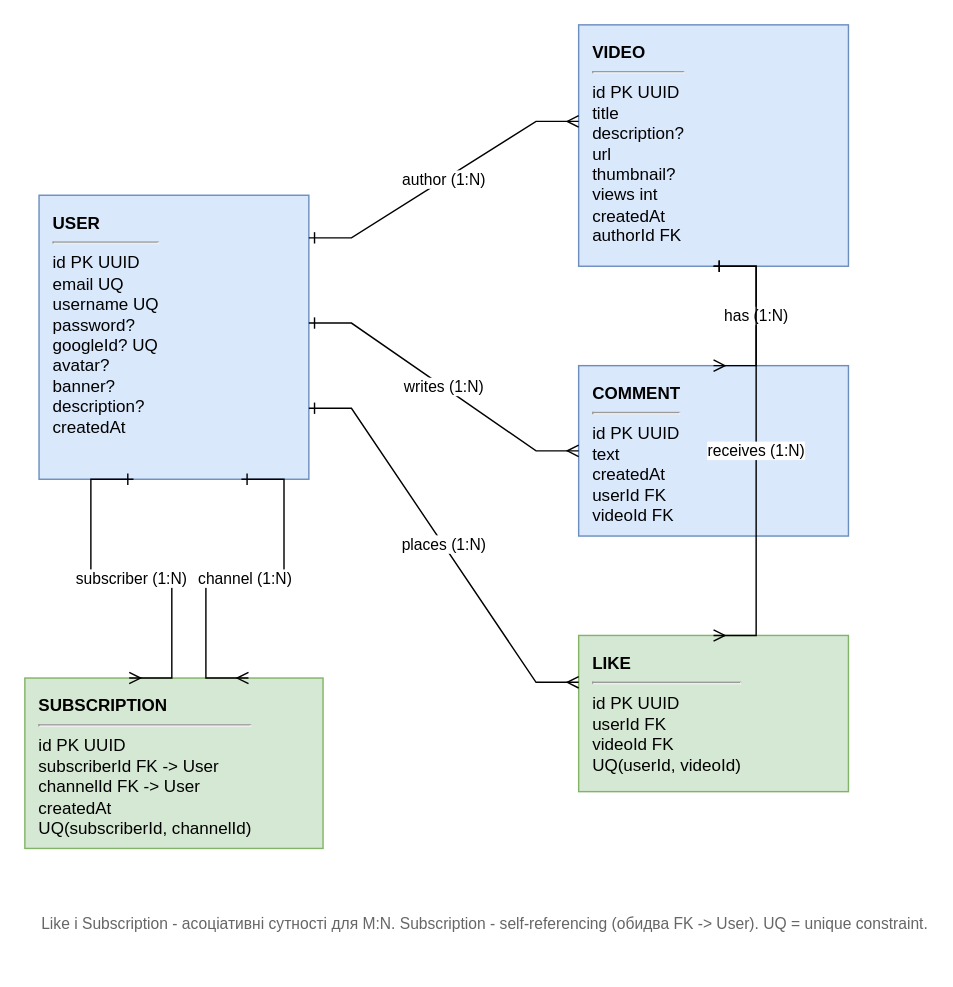
Earlier version of the draw.io diagram Labs/lab1-er/model/er.drawio (ezpectus/kpi2__Mavpz-Labs). Source tidied: cells renumbered, new cells numbered last; positions are measured from the earlier drawing's top-left corner, leaving out a move shared by most shapes. Both pictures are drawn from the tidied source at 142%, with x=0, y=0 at pixel (24, 24).
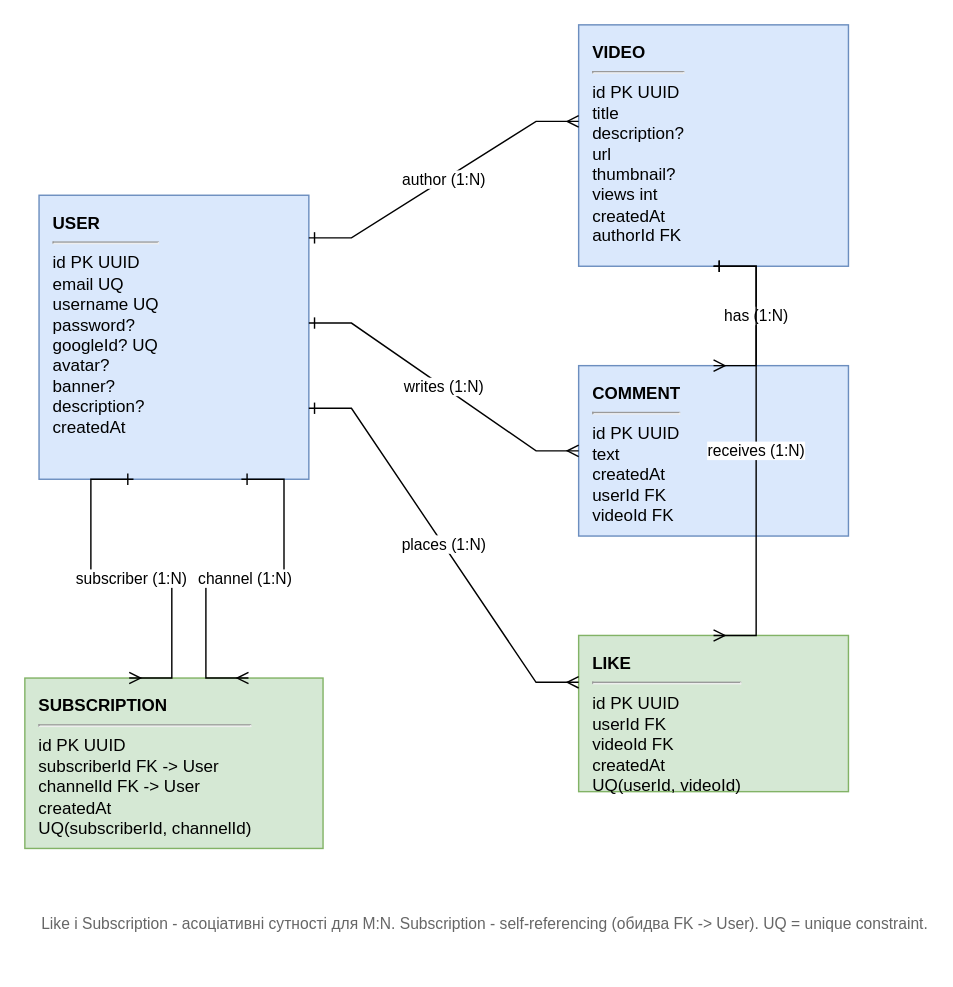
Above is the later version.

Commit message (it also covers changes not shown here):
lab1: add createdAt to Like + defense: why domain/3NF, scenario boundaries

Diff of the diagram source:
```diff
@@
 <mxGraphModel>
   <root>
     <mxCell id="0" />
     <mxCell id="1" parent="0" />
     <mxCell id="2" value="&lt;b&gt;USER&lt;/b&gt;&lt;hr&gt;id PK UUID&lt;br&gt;email UQ&lt;br&gt;username UQ&lt;br&gt;password?&lt;br&gt;googleId? UQ&lt;br&gt;avatar?&lt;br&gt;banner?&lt;br&gt;description?&lt;br&gt;createdAt" style="rounded=0;whiteSpace=wrap;html=1;align=left;verticalAlign=top;spacingLeft=8;spacingTop=6;fillColor=#dae8fc;strokeColor=#6c8ebf;fontSize=12;" parent="1" vertex="1">
       <mxGeometry x="10" y="120" width="190" height="200" as="geometry" />
     </mxCell>
     <mxCell id="3" value="&lt;b&gt;VIDEO&lt;/b&gt;&lt;hr&gt;id PK UUID&lt;br&gt;title&lt;br&gt;description?&lt;br&gt;url&lt;br&gt;thumbnail?&lt;br&gt;views int&lt;br&gt;createdAt&lt;br&gt;authorId FK" style="rounded=0;whiteSpace=wrap;html=1;align=left;verticalAlign=top;spacingLeft=8;spacingTop=6;fillColor=#dae8fc;strokeColor=#6c8ebf;fontSize=12;" parent="1" vertex="1">
       <mxGeometry x="390" width="190" height="170" as="geometry" />
     </mxCell>
     <mxCell id="4" value="&lt;b&gt;COMMENT&lt;/b&gt;&lt;hr&gt;id PK UUID&lt;br&gt;text&lt;br&gt;createdAt&lt;br&gt;userId FK&lt;br&gt;videoId FK" style="rounded=0;whiteSpace=wrap;html=1;align=left;verticalAlign=top;spacingLeft=8;spacingTop=6;fillColor=#dae8fc;strokeColor=#6c8ebf;fontSize=12;" parent="1" vertex="1">
       <mxGeometry x="390" y="240" width="190" height="120" as="geometry" />
     </mxCell>
-    <mxCell id="5" value="&lt;b&gt;LIKE&lt;/b&gt;&lt;hr&gt;id PK UUID&lt;br&gt;userId FK&lt;br&gt;videoId FK&lt;br&gt;UQ(userId, videoId)" style="rounded=0;whiteSpace=wrap;html=1;align=left;verticalAlign=top;spacingLeft=8;spacingTop=6;fillColor=#d5e8d4;strokeColor=#82b366;fontSize=12;" parent="1" vertex="1">
+    <mxCell id="5" value="&lt;b&gt;LIKE&lt;/b&gt;&lt;hr&gt;id PK UUID&lt;br&gt;userId FK&lt;br&gt;videoId FK&lt;br&gt;createdAt&lt;br&gt;UQ(userId, videoId)" style="rounded=0;whiteSpace=wrap;html=1;align=left;verticalAlign=top;spacingLeft=8;spacingTop=6;fillColor=#d5e8d4;strokeColor=#82b366;fontSize=12;" parent="1" vertex="1">
       <mxGeometry x="390" y="430" width="190" height="110" as="geometry" />
     </mxCell>
     <mxCell id="6" value="&lt;b&gt;SUBSCRIPTION&lt;/b&gt;&lt;hr&gt;id PK UUID&lt;br&gt;subscriberId FK -&amp;gt; User&lt;br&gt;channelId FK -&amp;gt; User&lt;br&gt;createdAt&lt;br&gt;UQ(subscriberId, channelId)" style="rounded=0;whiteSpace=wrap;html=1;align=left;verticalAlign=top;spacingLeft=8;spacingTop=6;fillColor=#d5e8d4;strokeColor=#82b366;fontSize=12;" parent="1" vertex="1">
       <mxGeometry y="460" width="210" height="120" as="geometry" />
     </mxCell>
     <mxCell id="7" value="author (1:N)" style="edgeStyle=entityRelationEdgeStyle;fontSize=11;html=1;endArrow=ERmany;startArrow=ERone;rounded=0;exitX=1;exitY=0.15;exitDx=0;exitDy=0;entryX=0;entryY=0.4;entryDx=0;entryDy=0;" parent="1" edge="1" source="2" target="3">
       <mxGeometry relative="1" as="geometry" />
     </mxCell>
     <mxCell id="8" value="writes (1:N)" style="edgeStyle=entityRelationEdgeStyle;fontSize=11;html=1;endArrow=ERmany;startArrow=ERone;rounded=0;exitX=1;exitY=0.45;exitDx=0;exitDy=0;entryX=0;entryY=0.5;entryDx=0;entryDy=0;" parent="1" edge="1" source="2" target="4">
       <mxGeometry relative="1" as="geometry" />
     </mxCell>
     <mxCell id="9" value="has (1:N)" style="edgeStyle=entityRelationEdgeStyle;fontSize=11;html=1;endArrow=ERmany;startArrow=ERone;rounded=0;exitX=0.5;exitY=1;exitDx=0;exitDy=0;entryX=0.5;entryY=0;entryDx=0;entryDy=0;" parent="1" edge="1" source="3" target="4">
       <mxGeometry relative="1" as="geometry" />
     </mxCell>
     <mxCell id="10" value="places (1:N)" style="edgeStyle=entityRelationEdgeStyle;fontSize=11;html=1;endArrow=ERmany;startArrow=ERone;rounded=0;exitX=1;exitY=0.75;exitDx=0;exitDy=0;entryX=0;entryY=0.3;entryDx=0;entryDy=0;" parent="1" edge="1" source="2" target="5">
       <mxGeometry relative="1" as="geometry" />
     </mxCell>
     <mxCell id="11" value="receives (1:N)" style="edgeStyle=entityRelationEdgeStyle;fontSize=11;html=1;endArrow=ERmany;startArrow=ERone;rounded=0;exitX=0.5;exitY=1;exitDx=0;exitDy=0;entryX=0.5;entryY=0;entryDx=0;entryDy=0;" parent="1" edge="1" source="3" target="5">
       <mxGeometry relative="1" as="geometry" />
     </mxCell>
     <mxCell id="12" value="subscriber (1:N)" style="edgeStyle=entityRelationEdgeStyle;fontSize=11;html=1;endArrow=ERmany;startArrow=ERone;rounded=0;exitX=0.35;exitY=1;exitDx=0;exitDy=0;entryX=0.35;entryY=0;entryDx=0;entryDy=0;" parent="1" edge="1" source="2" target="6">
       <mxGeometry relative="1" as="geometry" />
     </mxCell>
     <mxCell id="13" value="channel (1:N)" style="edgeStyle=entityRelationEdgeStyle;fontSize=11;html=1;endArrow=ERmany;startArrow=ERone;rounded=0;exitX=0.75;exitY=1;exitDx=0;exitDy=0;entryX=0.75;entryY=0;entryDx=0;entryDy=0;" parent="1" edge="1" source="2" target="6">
       <mxGeometry relative="1" as="geometry" />
     </mxCell>
     <mxCell id="14" value="Like i Subscription - асоціативні сутності для M:N. Subscription - self-referencing (обидва FK -&amp;gt; User). UQ = unique constraint." style="text;html=1;align=left;verticalAlign=top;fontSize=11;fontColor=#666666;" parent="1" vertex="1">
       <mxGeometry x="10" y="620" width="570" height="40" as="geometry" />
     </mxCell>
   </root>
 </mxGraphModel>
```
